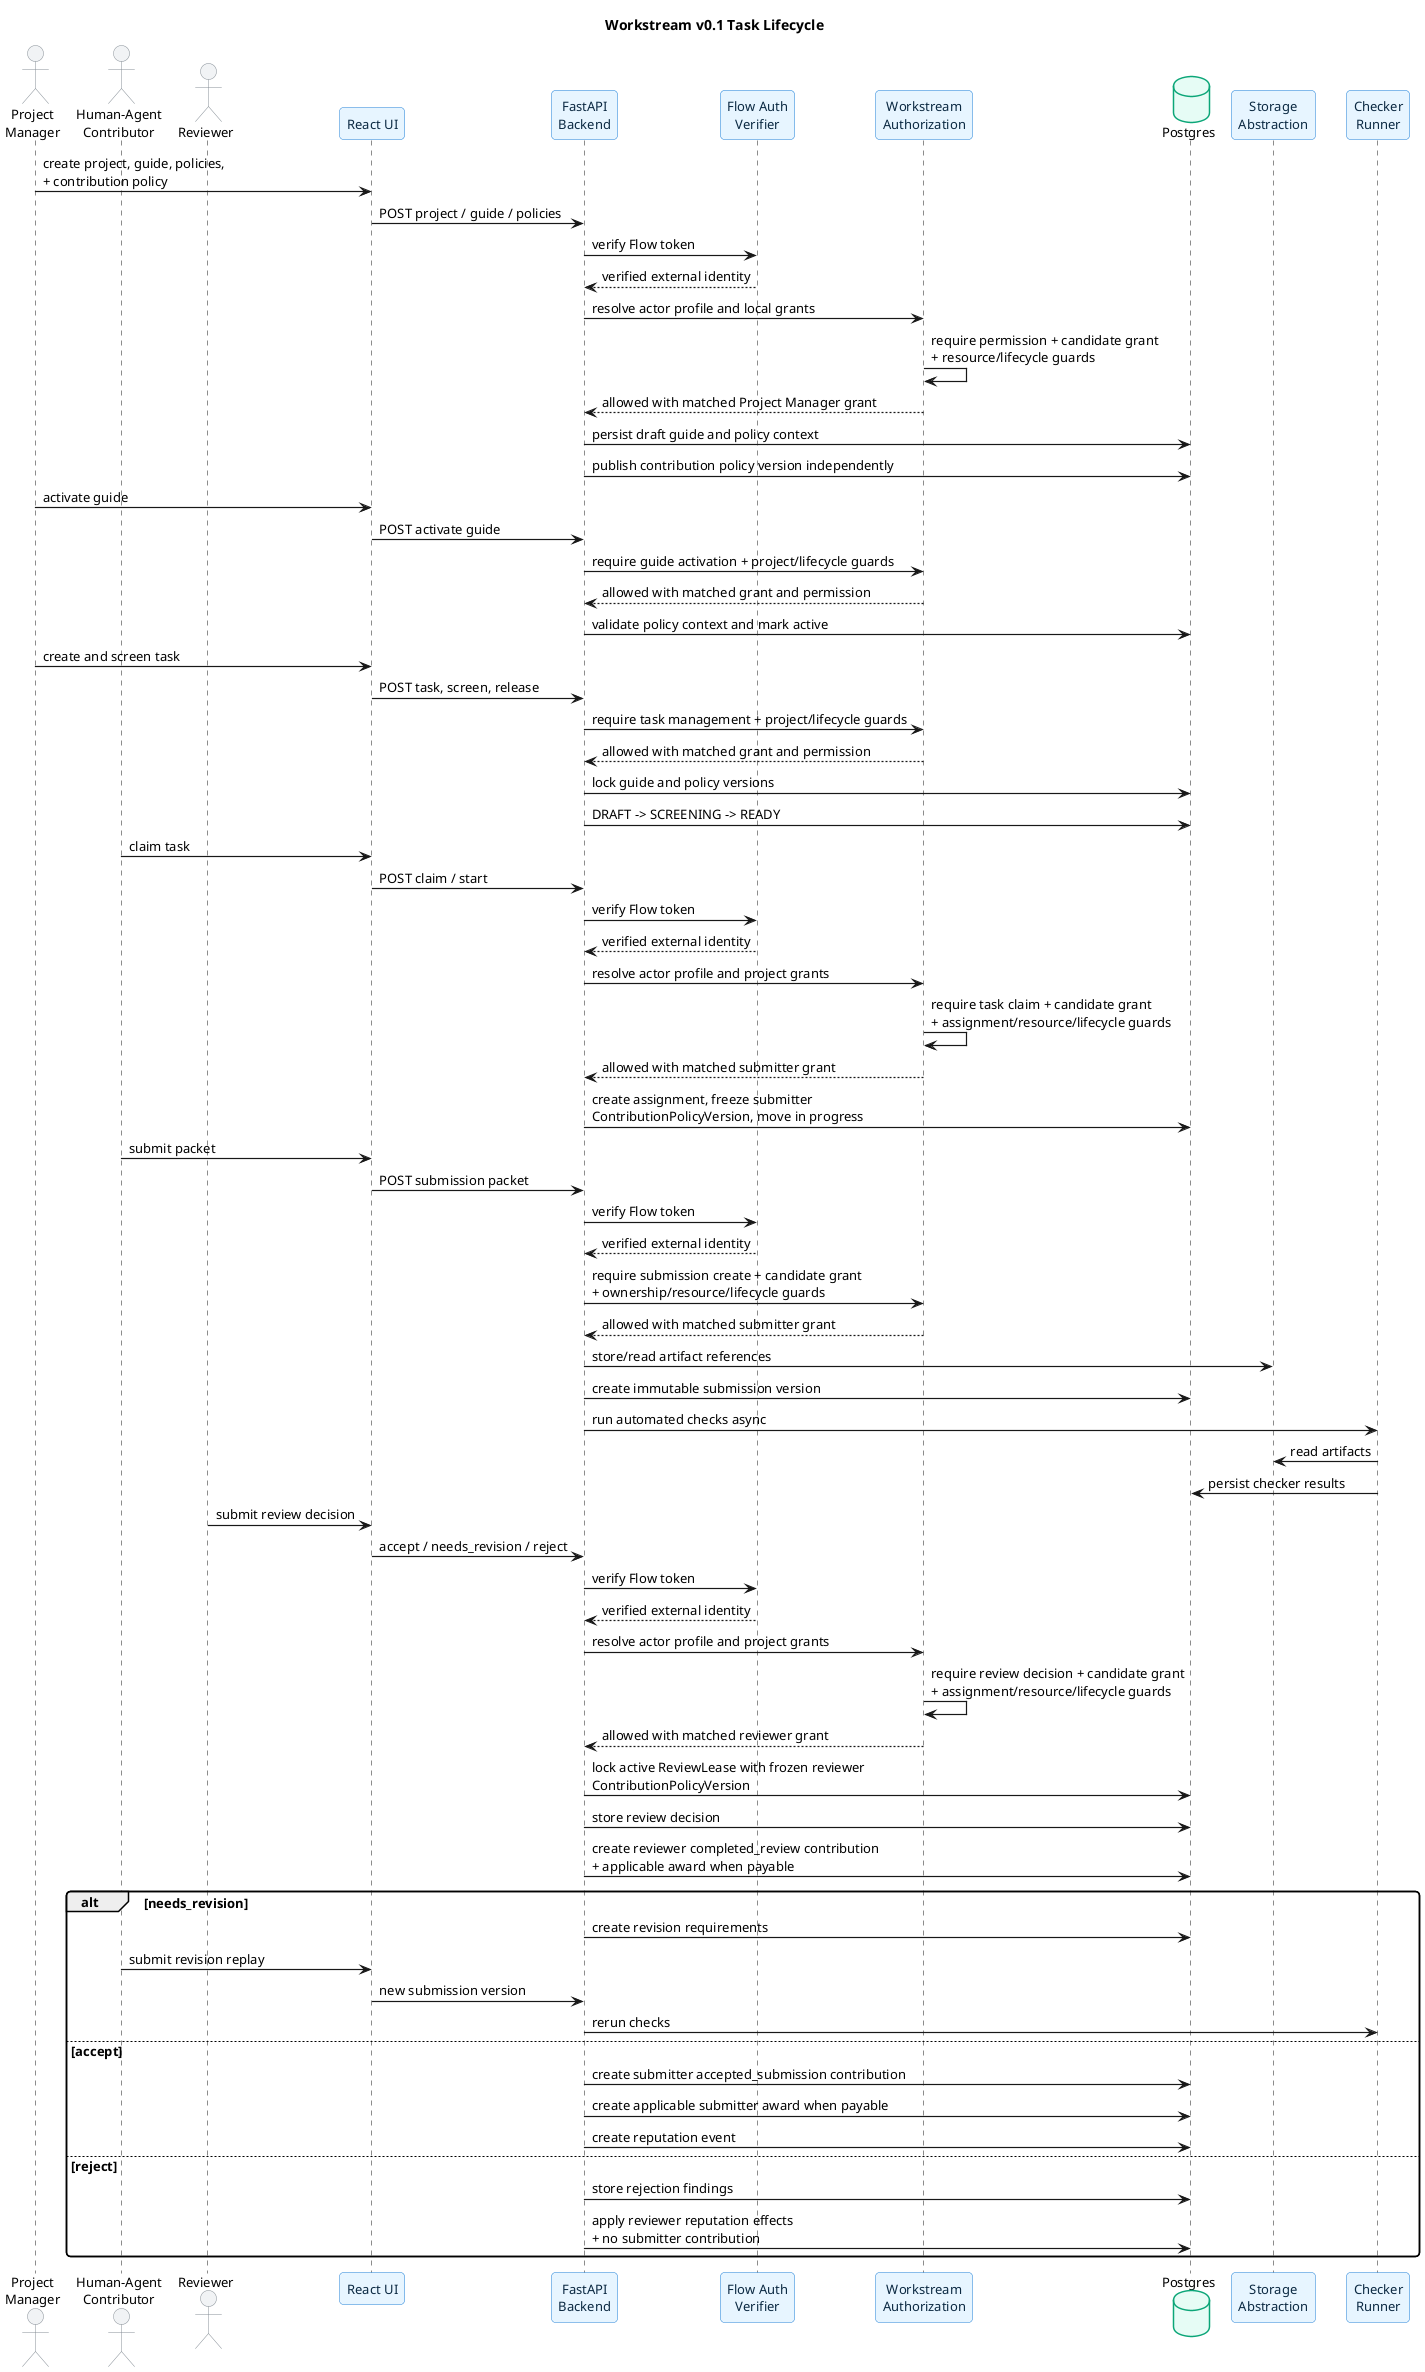
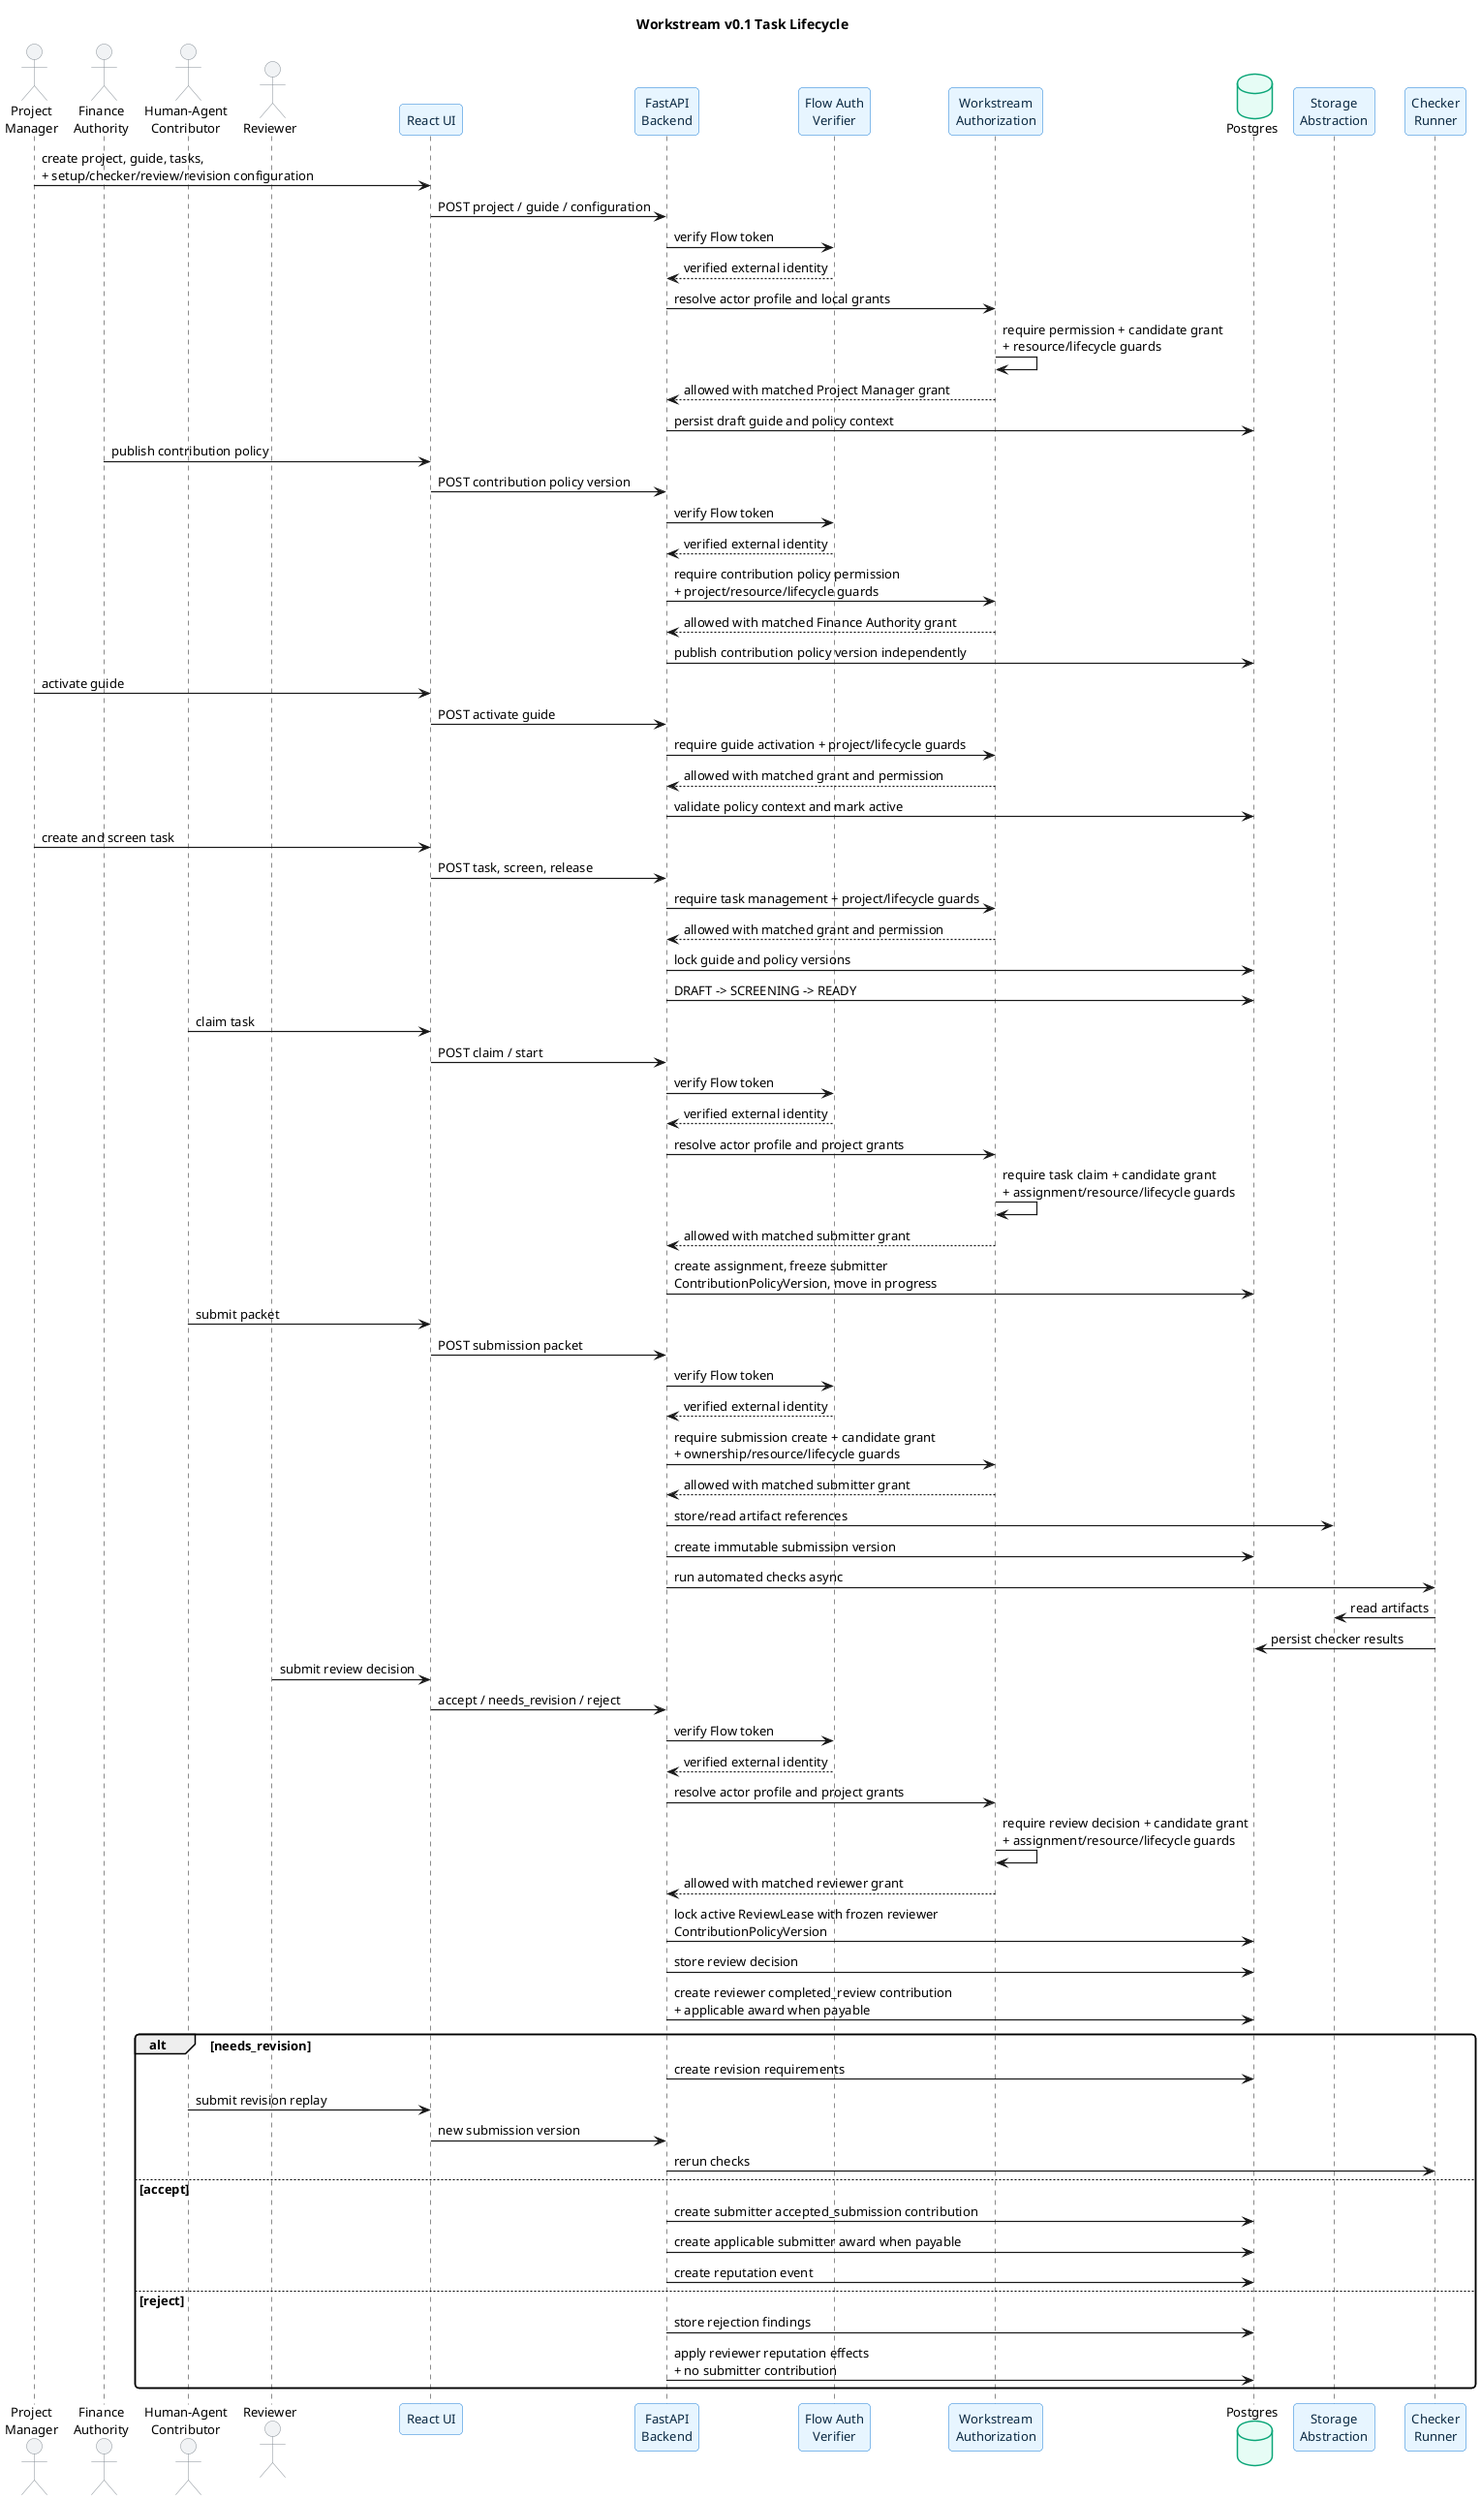
@startuml task_lifecycle_sequence
title Workstream v0.1 Task Lifecycle

skinparam backgroundColor #FFFFFF
skinparam shadowing false
skinparam roundcorner 8
skinparam defaultFontName Arial
skinparam defaultFontSize 13
skinparam SequenceArrowThickness 1.2
skinparam ParticipantBorderColor #1C7ED6
skinparam ParticipantBackgroundColor #E7F5FF
skinparam ParticipantFontColor #0B2942
skinparam ActorBorderColor #868E96
skinparam ActorBackgroundColor #F1F3F5
skinparam DatabaseBorderColor #0CA678
skinparam DatabaseBackgroundColor #E6FCF5

actor "Project\nManager" as PM
+ actor "Finance\nAuthority" as Finance
actor "Human-Agent\nContributor" as Contributor
actor Reviewer
participant "React UI" as UI
participant "FastAPI\nBackend" as API
participant "Flow Auth\nVerifier" as Auth
participant "Workstream\nAuthorization" as Authorization
database "Postgres" as DB
participant "Storage\nAbstraction" as Storage
participant "Checker\nRunner" as Checks

- PM -> UI : create project, guide, policies,\n+ contribution policy
- UI -> API : POST project / guide / policies
+ PM -> UI : create project, guide, tasks,\n+ setup/checker/review/revision configuration
+ UI -> API : POST project / guide / configuration
API -> Auth : verify Flow token
Auth --> API : verified external identity
API -> Authorization : resolve actor profile and local grants
Authorization -> Authorization : require permission + candidate grant\n+ resource/lifecycle guards
Authorization --> API : allowed with matched Project Manager grant
API -> DB : persist draft guide and policy context
+ 
+ Finance -> UI : publish contribution policy
+ UI -> API : POST contribution policy version
+ API -> Auth : verify Flow token
+ Auth --> API : verified external identity
+ API -> Authorization : require contribution policy permission\n+ project/resource/lifecycle guards
+ Authorization --> API : allowed with matched Finance Authority grant
API -> DB : publish contribution policy version independently

PM -> UI : activate guide
UI -> API : POST activate guide
API -> Authorization : require guide activation + project/lifecycle guards
Authorization --> API : allowed with matched grant and permission
API -> DB : validate policy context and mark active

PM -> UI : create and screen task
UI -> API : POST task, screen, release
API -> Authorization : require task management + project/lifecycle guards
Authorization --> API : allowed with matched grant and permission
API -> DB : lock guide and policy versions
API -> DB : DRAFT -> SCREENING -> READY

Contributor -> UI : claim task
UI -> API : POST claim / start
API -> Auth : verify Flow token
Auth --> API : verified external identity
API -> Authorization : resolve actor profile and project grants
Authorization -> Authorization : require task claim + candidate grant\n+ assignment/resource/lifecycle guards
Authorization --> API : allowed with matched submitter grant
API -> DB : create assignment, freeze submitter\nContributionPolicyVersion, move in progress

Contributor -> UI : submit packet
UI -> API : POST submission packet
API -> Auth : verify Flow token
Auth --> API : verified external identity
API -> Authorization : require submission create + candidate grant\n+ ownership/resource/lifecycle guards
Authorization --> API : allowed with matched submitter grant
API -> Storage : store/read artifact references
API -> DB : create immutable submission version

API -> Checks : run automated checks async
Checks -> Storage : read artifacts
Checks -> DB : persist checker results

Reviewer -> UI : submit review decision
UI -> API : accept / needs_revision / reject
API -> Auth : verify Flow token
Auth --> API : verified external identity
API -> Authorization : resolve actor profile and project grants
Authorization -> Authorization : require review decision + candidate grant\n+ assignment/resource/lifecycle guards
Authorization --> API : allowed with matched reviewer grant
API -> DB : lock active ReviewLease with frozen reviewer\nContributionPolicyVersion
API -> DB : store review decision
API -> DB : create reviewer completed_review contribution\n+ applicable award when payable

alt needs_revision
  API -> DB : create revision requirements
  Contributor -> UI : submit revision replay
  UI -> API : new submission version
  API -> Checks : rerun checks
else accept
  API -> DB : create submitter accepted_submission contribution
  API -> DB : create applicable submitter award when payable
  API -> DB : create reputation event
else reject
  API -> DB : store rejection findings
  API -> DB : apply reviewer reputation effects\n+ no submitter contribution
end
@enduml
